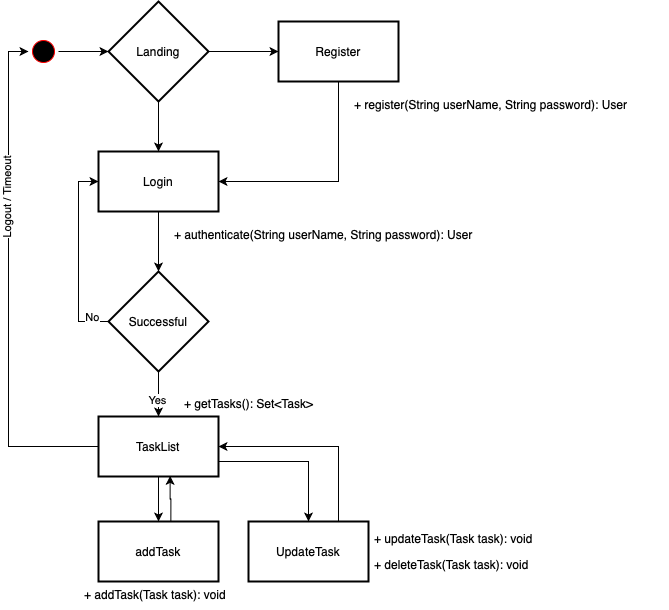
Earlier version of the draw.io export docs/PageFlow.png (codeyard/bfh-todoapp). Source tidied: cells renumbered, new cells last; positions are measured from the earlier drawing's top-left corner, leaving out a move shared by most shapes. Its diagram source:
```xml
<mxGraphModel>
  <root>
    <mxCell id="0" />
    <mxCell id="1" parent="0" />
    <mxCell id="2" style="ellipse;html=1;shape=startState;fillColor=#000000;strokeColor=#ff0000;rotation=0;" parent="1" vertex="1">
      <mxGeometry y="35" width="30" height="30" as="geometry" />
    </mxCell>
    <mxCell id="3" style="endArrow=classic;html=1;exitX=1;exitY=0.5;exitDx=0;exitDy=0;" parent="1" edge="1" source="2">
      <mxGeometry relative="1" as="geometry">
        <mxPoint x="80" y="50" as="targetPoint" />
      </mxGeometry>
    </mxCell>
    <mxCell id="4" style="edgeStyle=orthogonalEdgeStyle;rounded=0;jettySize=auto;html=1;" parent="1" edge="1" source="6" target="8">
      <mxGeometry relative="1" as="geometry" />
    </mxCell>
    <mxCell id="5" style="edgeStyle=orthogonalEdgeStyle;rounded=0;jettySize=auto;html=1;" parent="1" edge="1" source="6" target="10">
      <mxGeometry relative="1" as="geometry" />
    </mxCell>
    <mxCell id="6" value="Landing" style="strokeWidth=2;html=1;shape=mxgraph.flowchart.decision;whiteSpace=wrap;" parent="1" vertex="1">
      <mxGeometry x="80" width="100" height="100" as="geometry" />
    </mxCell>
    <mxCell id="7" style="edgeStyle=orthogonalEdgeStyle;rounded=0;jettySize=auto;html=1;exitX=0.5;exitY=1;exitDx=0;exitDy=0;entryX=0.5;entryY=0;entryDx=0;entryDy=0;entryPerimeter=0;" parent="1" edge="1" source="8" target="15">
      <mxGeometry relative="1" as="geometry" />
    </mxCell>
    <mxCell id="8" value="Login" style="whiteSpace=wrap;html=1;strokeWidth=2;" parent="1" vertex="1">
      <mxGeometry x="70" y="150" width="120" height="60" as="geometry" />
    </mxCell>
    <mxCell id="9" style="edgeStyle=orthogonalEdgeStyle;rounded=0;jettySize=auto;html=1;entryX=1;entryY=0.5;entryDx=0;entryDy=0;exitX=0.5;exitY=1;exitDx=0;exitDy=0;" parent="1" edge="1" source="10" target="8">
      <mxGeometry relative="1" as="geometry" />
    </mxCell>
    <mxCell id="10" value="Register" style="whiteSpace=wrap;html=1;strokeWidth=2;" parent="1" vertex="1">
      <mxGeometry x="250" y="20" width="120" height="60" as="geometry" />
    </mxCell>
    <mxCell id="11" style="edgeStyle=orthogonalEdgeStyle;rounded=0;jettySize=auto;html=1;exitX=0;exitY=0.5;exitDx=0;exitDy=0;exitPerimeter=0;entryX=0;entryY=0.5;entryDx=0;entryDy=0;" parent="1" edge="1" source="15" target="8">
      <mxGeometry relative="1" as="geometry" />
    </mxCell>
    <mxCell id="12" value="No" style="edgeLabel;html=1;align=center;verticalAlign=middle;" parent="11" vertex="1">
      <mxGeometry x="-0.63" y="-14" relative="1" as="geometry">
        <mxPoint x="-1" as="offset" />
      </mxGeometry>
    </mxCell>
    <mxCell id="13" style="edgeStyle=orthogonalEdgeStyle;rounded=0;jettySize=auto;html=1;" parent="1" edge="1" source="15" target="20">
      <mxGeometry relative="1" as="geometry" />
    </mxCell>
    <mxCell id="14" value="Yes" style="edgeLabel;html=1;align=center;verticalAlign=middle;" parent="13" vertex="1">
      <mxGeometry x="0.24" y="-2" relative="1" as="geometry" />
    </mxCell>
    <mxCell id="15" value="Successful" style="strokeWidth=2;html=1;shape=mxgraph.flowchart.decision;whiteSpace=wrap;" parent="1" vertex="1">
      <mxGeometry x="80" y="270" width="100" height="100" as="geometry" />
    </mxCell>
    <mxCell id="16" style="edgeStyle=orthogonalEdgeStyle;rounded=0;jettySize=auto;html=1;entryX=0;entryY=0.5;entryDx=0;entryDy=0;" parent="1" edge="1" source="20" target="2">
      <mxGeometry relative="1" as="geometry" />
    </mxCell>
    <mxCell id="17" value="Logout / Timeout" style="edgeLabel;html=1;align=center;verticalAlign=middle;rotation=-90;" parent="16" vertex="1">
      <mxGeometry x="0.34" y="2" relative="1" as="geometry" />
    </mxCell>
    <mxCell id="18" style="edgeStyle=orthogonalEdgeStyle;rounded=0;jettySize=auto;html=1;" parent="1" edge="1" source="20" target="23">
      <mxGeometry relative="1" as="geometry" />
    </mxCell>
    <mxCell id="19" style="edgeStyle=orthogonalEdgeStyle;rounded=0;jettySize=auto;html=1;exitX=1;exitY=0.75;exitDx=0;exitDy=0;" parent="1" edge="1" source="20" target="26">
      <mxGeometry relative="1" as="geometry" />
    </mxCell>
    <mxCell id="20" value="TaskList" style="whiteSpace=wrap;html=1;strokeWidth=2;" parent="1" vertex="1">
      <mxGeometry x="70" y="415" width="120" height="60" as="geometry" />
    </mxCell>
    <mxCell id="21" value="+ getTasks(): Set&lt;Task&gt;" style="text;strokeColor=none;fillColor=none;align=left;verticalAlign=top;spacingLeft=4;spacingRight=4;overflow=hidden;" parent="1" vertex="1">
      <mxGeometry x="150" y="389" width="210" height="26" as="geometry" />
    </mxCell>
    <mxCell id="22" style="edgeStyle=orthogonalEdgeStyle;rounded=0;jettySize=auto;html=1;exitX=0.603;exitY=-0.003;exitDx=0;exitDy=0;entryX=0.597;entryY=0.99;entryDx=0;entryDy=0;exitPerimeter=0;entryPerimeter=0;" parent="1" edge="1" source="23" target="20">
      <mxGeometry relative="1" as="geometry" />
    </mxCell>
    <mxCell id="23" value="addTask" style="whiteSpace=wrap;html=1;strokeWidth=2;" parent="1" vertex="1">
      <mxGeometry x="70" y="520" width="120" height="60" as="geometry" />
    </mxCell>
    <mxCell id="24" value="+ addTask(Task task): void" style="text;strokeColor=none;fillColor=none;align=left;verticalAlign=top;spacingLeft=4;spacingRight=4;overflow=hidden;" parent="1" vertex="1">
      <mxGeometry x="50" y="580" width="210" height="26" as="geometry" />
    </mxCell>
    <mxCell id="25" style="edgeStyle=orthogonalEdgeStyle;rounded=0;jettySize=auto;html=1;exitX=0.75;exitY=0;exitDx=0;exitDy=0;entryX=1;entryY=0.5;entryDx=0;entryDy=0;" parent="1" edge="1" source="26" target="20">
      <mxGeometry relative="1" as="geometry" />
    </mxCell>
    <mxCell id="26" value="UpdateTask" style="whiteSpace=wrap;html=1;strokeWidth=2;" parent="1" vertex="1">
      <mxGeometry x="220" y="520" width="120" height="60" as="geometry" />
    </mxCell>
    <mxCell id="27" value="+ updateTask(Task task): void" style="text;strokeColor=none;fillColor=none;align=left;verticalAlign=top;spacingLeft=4;spacingRight=4;overflow=hidden;" parent="1" vertex="1">
      <mxGeometry x="340" y="524" width="210" height="26" as="geometry" />
    </mxCell>
    <mxCell id="28" value="+ deleteTask(Task task): void" style="text;strokeColor=none;fillColor=none;align=left;verticalAlign=top;spacingLeft=4;spacingRight=4;overflow=hidden;" parent="1" vertex="1">
      <mxGeometry x="340" y="550" width="210" height="26" as="geometry" />
    </mxCell>
    <mxCell id="29" value="+ register(String userName, String password): User" style="text;strokeColor=none;fillColor=none;align=left;verticalAlign=top;spacingLeft=4;spacingRight=4;overflow=hidden;" parent="1" vertex="1">
      <mxGeometry x="320" y="90" width="320" height="26" as="geometry" />
    </mxCell>
    <mxCell id="30" value="+ authenticate(String userName, String password): User" style="text;strokeColor=none;fillColor=none;align=left;verticalAlign=top;spacingLeft=4;spacingRight=4;overflow=hidden;" parent="1" vertex="1">
      <mxGeometry x="140" y="220" width="320" height="26" as="geometry" />
    </mxCell>
  </root>
</mxGraphModel>
```
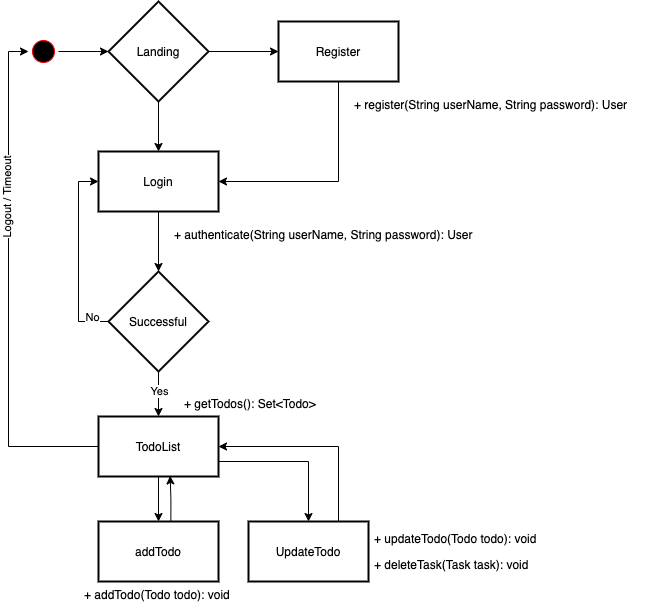
The same diagram one commit later.

Commit message:
Refactoring Domain Model & Page Flow (task to todo)

What changed in the source:
```diff
@@ -43,7 +43,9 @@
       <mxGeometry relative="1" as="geometry" />
     </mxCell>
     <mxCell id="14" value="Yes" style="edgeLabel;html=1;align=center;verticalAlign=middle;" parent="13" vertex="1">
-      <mxGeometry x="0.24" y="-2" relative="1" as="geometry" />
+      <mxGeometry x="0.24" y="-2" relative="1" as="geometry">
+        <mxPoint x="2" y="-9" as="offset" />
+      </mxGeometry>
     </mxCell>
     <mxCell id="15" value="Successful" style="strokeWidth=2;html=1;shape=mxgraph.flowchart.decision;whiteSpace=wrap;" parent="1" vertex="1">
       <mxGeometry x="80" y="270" width="100" height="100" as="geometry" />
@@ -60,28 +62,28 @@
     <mxCell id="19" style="edgeStyle=orthogonalEdgeStyle;rounded=0;jettySize=auto;html=1;exitX=1;exitY=0.75;exitDx=0;exitDy=0;" parent="1" edge="1" source="20" target="26">
       <mxGeometry relative="1" as="geometry" />
     </mxCell>
-    <mxCell id="20" value="TaskList" style="whiteSpace=wrap;html=1;strokeWidth=2;" parent="1" vertex="1">
+    <mxCell id="20" value="TodoList" style="whiteSpace=wrap;html=1;strokeWidth=2;" parent="1" vertex="1">
       <mxGeometry x="70" y="415" width="120" height="60" as="geometry" />
     </mxCell>
-    <mxCell id="21" value="+ getTasks(): Set&lt;Task&gt;" style="text;strokeColor=none;fillColor=none;align=left;verticalAlign=top;spacingLeft=4;spacingRight=4;overflow=hidden;" parent="1" vertex="1">
+    <mxCell id="21" value="+ getTodos(): Set&lt;Todo&gt;" style="text;strokeColor=none;fillColor=none;align=left;verticalAlign=top;spacingLeft=4;spacingRight=4;overflow=hidden;" parent="1" vertex="1">
       <mxGeometry x="150" y="389" width="210" height="26" as="geometry" />
     </mxCell>
     <mxCell id="22" style="edgeStyle=orthogonalEdgeStyle;rounded=0;jettySize=auto;html=1;exitX=0.603;exitY=-0.003;exitDx=0;exitDy=0;entryX=0.597;entryY=0.99;entryDx=0;entryDy=0;exitPerimeter=0;entryPerimeter=0;" parent="1" edge="1" source="23" target="20">
       <mxGeometry relative="1" as="geometry" />
     </mxCell>
-    <mxCell id="23" value="addTask" style="whiteSpace=wrap;html=1;strokeWidth=2;" parent="1" vertex="1">
+    <mxCell id="23" value="addTodo" style="whiteSpace=wrap;html=1;strokeWidth=2;" parent="1" vertex="1">
       <mxGeometry x="70" y="520" width="120" height="60" as="geometry" />
     </mxCell>
-    <mxCell id="24" value="+ addTask(Task task): void" style="text;strokeColor=none;fillColor=none;align=left;verticalAlign=top;spacingLeft=4;spacingRight=4;overflow=hidden;" parent="1" vertex="1">
+    <mxCell id="24" value="+ addTodo(Todo todo): void" style="text;strokeColor=none;fillColor=none;align=left;verticalAlign=top;spacingLeft=4;spacingRight=4;overflow=hidden;" parent="1" vertex="1">
       <mxGeometry x="50" y="580" width="210" height="26" as="geometry" />
     </mxCell>
     <mxCell id="25" style="edgeStyle=orthogonalEdgeStyle;rounded=0;jettySize=auto;html=1;exitX=0.75;exitY=0;exitDx=0;exitDy=0;entryX=1;entryY=0.5;entryDx=0;entryDy=0;" parent="1" edge="1" source="26" target="20">
       <mxGeometry relative="1" as="geometry" />
     </mxCell>
-    <mxCell id="26" value="UpdateTask" style="whiteSpace=wrap;html=1;strokeWidth=2;" parent="1" vertex="1">
+    <mxCell id="26" value="UpdateTodo" style="whiteSpace=wrap;html=1;strokeWidth=2;" parent="1" vertex="1">
       <mxGeometry x="220" y="520" width="120" height="60" as="geometry" />
     </mxCell>
-    <mxCell id="27" value="+ updateTask(Task task): void" style="text;strokeColor=none;fillColor=none;align=left;verticalAlign=top;spacingLeft=4;spacingRight=4;overflow=hidden;" parent="1" vertex="1">
+    <mxCell id="27" value="+ updateTodo(Todo todo): void" style="text;strokeColor=none;fillColor=none;align=left;verticalAlign=top;spacingLeft=4;spacingRight=4;overflow=hidden;" parent="1" vertex="1">
       <mxGeometry x="340" y="524" width="210" height="26" as="geometry" />
     </mxCell>
     <mxCell id="28" value="+ deleteTask(Task task): void" style="text;strokeColor=none;fillColor=none;align=left;verticalAlign=top;spacingLeft=4;spacingRight=4;overflow=hidden;" parent="1" vertex="1">
```
